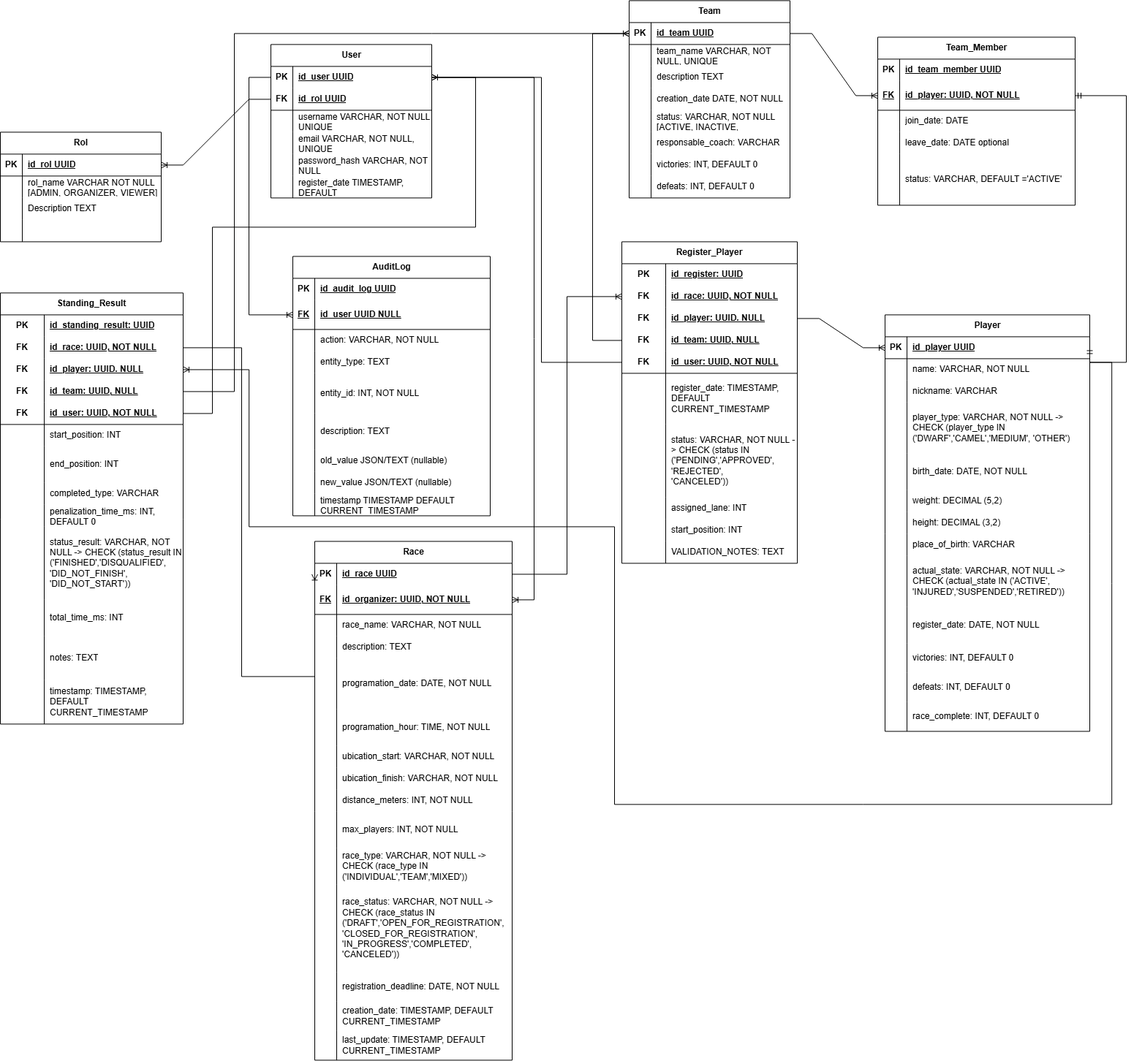
Above: DBi&I2026-Page-1.drawio.png in IsaksGir4/CamelsVsDwarfs (draw.io), before the change. Source tidied: cells renumbered, new cells last; positions are measured from the earlier drawing's top-left corner, leaving out a move shared by most shapes.
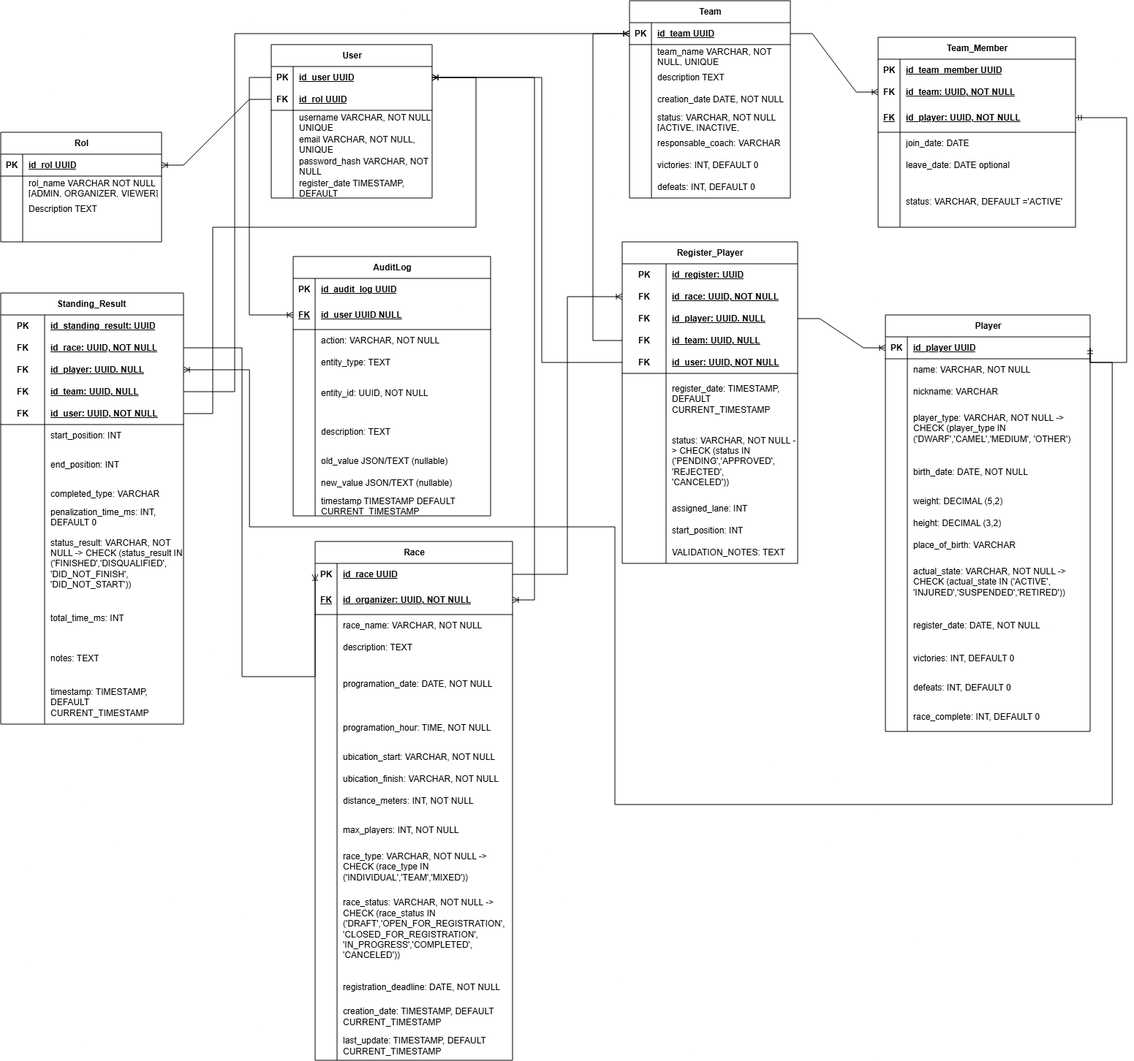
The same diagram one commit later.

Commit message:
FIX: Team_Member relationship FK

The edit, as a diff of the source:
```diff
@@ -770,7 +770,7 @@
     <mxCell id="245" style="shape=partialRectangle;fillColor=none;top=0;left=0;bottom=0;right=0;overflow=hidden;whiteSpace=wrap;html=1;" parent="244" vertex="1">
       <mxGeometry width="30" height="55" as="geometry" />
     </mxCell>
-    <mxCell id="246" value="entity_id: INT, NOT NULL" style="shape=partialRectangle;fillColor=none;top=0;left=0;bottom=0;right=0;align=left;spacingLeft=6;overflow=hidden;whiteSpace=wrap;html=1;" parent="244" vertex="1">
+    <mxCell id="246" value="entity_id: UUID, NOT NULL" style="shape=partialRectangle;fillColor=none;top=0;left=0;bottom=0;right=0;align=left;spacingLeft=6;overflow=hidden;whiteSpace=wrap;html=1;" parent="244" vertex="1">
       <mxGeometry x="30" width="240" height="55" as="geometry" />
     </mxCell>
     <mxCell id="247" style="shape=tableRow;horizontal=0;startSize=0;swimlaneHead=0;swimlaneBody=0;fillColor=none;top=0;left=0;right=0;bottom=0;" parent="231" vertex="1">
@@ -818,7 +818,7 @@
       </mxGeometry>
     </mxCell>
     <mxCell id="260" value="Team_Member" style="shape=table;startSize=30;rowLines=0;fontStyle=1;align=center;html=1;" parent="1" vertex="1">
-      <mxGeometry x="1200" y="50" width="270" height="230" as="geometry" />
+      <mxGeometry x="1200" y="50" width="270" height="260" as="geometry" />
     </mxCell>
     <mxCell id="261" style="shape=tableRow;horizontal=0;startSize=0;swimlaneHead=0;swimlaneBody=0;fillColor=none;top=0;left=0;right=0;bottom=0;" parent="260" vertex="1">
       <mxGeometry y="30" width="270" height="30" as="geometry" />
@@ -829,8 +829,17 @@
     <mxCell id="263" value="id_team_member UUID" style="shape=partialRectangle;fillColor=none;top=0;left=0;bottom=0;right=0;align=left;spacingLeft=6;fontStyle=5;overflow=hidden;whiteSpace=wrap;html=1;" parent="261" vertex="1">
       <mxGeometry x="30" width="240" height="30" as="geometry" />
     </mxCell>
+    <mxCell id="278" style="shape=tableRow;horizontal=0;startSize=0;swimlaneHead=0;swimlaneBody=0;fillColor=none;points=[[0,0.5],[1,0.5]];portConstraint=eastwest;top=0;left=0;right=0;bottom=0;" parent="260" vertex="1">
+      <mxGeometry y="60" width="270" height="30" as="geometry" />
+    </mxCell>
+    <mxCell id="279" value="FK" style="shape=partialRectangle;fillColor=none;top=0;left=0;bottom=0;right=0;fontStyle=1;overflow=hidden;whiteSpace=wrap;html=1;" parent="278" vertex="1">
+      <mxGeometry width="30" height="30" as="geometry" />
+    </mxCell>
+    <mxCell id="280" value="id_team: UUID, NOT NULL" style="shape=partialRectangle;fillColor=none;top=0;left=0;bottom=0;right=0;align=left;spacingLeft=6;fontStyle=5;overflow=hidden;whiteSpace=wrap;html=1;" parent="278" vertex="1">
+      <mxGeometry x="30" width="240" height="30" as="geometry" />
+    </mxCell>
     <mxCell id="264" style="shape=tableRow;horizontal=0;startSize=0;swimlaneHead=0;swimlaneBody=0;fillColor=none;points=[[0,0.5],[1,0.5]];portConstraint=eastwest;top=0;left=0;right=0;bottom=1;" parent="260" vertex="1">
-      <mxGeometry y="60" width="270" height="40" as="geometry" />
+      <mxGeometry y="90" width="270" height="40" as="geometry" />
     </mxCell>
     <mxCell id="265" value="&lt;b&gt;&lt;u&gt;FK&lt;/u&gt;&lt;/b&gt;" style="shape=partialRectangle;fillColor=none;top=0;left=0;bottom=0;right=0;overflow=hidden;whiteSpace=wrap;html=1;" parent="264" vertex="1">
       <mxGeometry width="30" height="40" as="geometry" />
@@ -839,7 +848,7 @@
       <mxGeometry x="30" width="240" height="40" as="geometry" />
     </mxCell>
     <mxCell id="267" style="shape=tableRow;horizontal=0;startSize=0;swimlaneHead=0;swimlaneBody=0;fillColor=none;top=0;left=0;right=0;bottom=0;" parent="260" vertex="1">
-      <mxGeometry y="100" width="270" height="30" as="geometry" />
+      <mxGeometry y="130" width="270" height="30" as="geometry" />
     </mxCell>
     <mxCell id="268" style="shape=partialRectangle;fillColor=none;top=0;left=0;bottom=0;right=0;overflow=hidden;whiteSpace=wrap;html=1;" parent="267" vertex="1">
       <mxGeometry width="30" height="30" as="geometry" />
@@ -848,7 +857,7 @@
       <mxGeometry x="30" width="240" height="30" as="geometry" />
     </mxCell>
     <mxCell id="270" style="shape=tableRow;horizontal=0;startSize=0;swimlaneHead=0;swimlaneBody=0;fillColor=none;top=0;left=0;right=0;bottom=0;" parent="260" vertex="1">
-      <mxGeometry y="130" width="270" height="30" as="geometry" />
+      <mxGeometry y="160" width="270" height="30" as="geometry" />
     </mxCell>
     <mxCell id="271" style="shape=partialRectangle;fillColor=none;top=0;left=0;bottom=0;right=0;overflow=hidden;whiteSpace=wrap;html=1;" parent="270" vertex="1">
       <mxGeometry width="30" height="30" as="geometry" />
@@ -857,7 +866,7 @@
       <mxGeometry x="30" width="240" height="30" as="geometry" />
     </mxCell>
     <mxCell id="273" style="shape=tableRow;horizontal=0;startSize=0;swimlaneHead=0;swimlaneBody=0;fillColor=none;top=0;left=0;right=0;bottom=0;" parent="260" vertex="1">
-      <mxGeometry y="160" width="270" height="70" as="geometry" />
+      <mxGeometry y="190" width="270" height="70" as="geometry" />
     </mxCell>
     <mxCell id="274" style="shape=partialRectangle;fillColor=none;top=0;left=0;bottom=0;right=0;overflow=hidden;whiteSpace=wrap;html=1;" parent="273" vertex="1">
       <mxGeometry width="30" height="70" as="geometry" />
@@ -865,16 +874,15 @@
     <mxCell id="275" value="status: VARCHAR, DEFAULT ='ACTIVE'" style="shape=partialRectangle;fillColor=none;top=0;left=0;bottom=0;right=0;align=left;spacingLeft=6;overflow=hidden;whiteSpace=wrap;html=1;" parent="273" vertex="1">
       <mxGeometry x="30" width="240" height="70" as="geometry" />
     </mxCell>
-    <mxCell id="276" style="edgeStyle=entityRelationEdgeStyle;fontSize=12;html=1;endArrow=ERoneToMany;rounded=0;exitX=1;exitY=0.5;exitDx=0;exitDy=0;entryX=0;entryY=0.5;entryDx=0;entryDy=0;" parent="1" edge="1" source="40">
-      <mxGeometry relative="1" as="geometry">
-        <mxPoint x="1200" y="130" as="targetPoint" />
-      </mxGeometry>
+    <mxCell id="276" style="edgeStyle=entityRelationEdgeStyle;fontSize=12;html=1;endArrow=ERoneToMany;rounded=0;exitX=1;exitY=0.5;exitDx=0;exitDy=0;" parent="1" edge="1" source="40" target="278">
+      <mxGeometry relative="1" as="geometry" />
     </mxCell>
     <mxCell id="277" style="edgeStyle=orthogonalEdgeStyle;fontSize=12;html=1;endArrow=ERmandOne;startArrow=ERmandOne;rounded=0;entryX=1;entryY=0.5;entryDx=0;entryDy=0;exitX=1;exitY=0.5;exitDx=0;exitDy=0;" parent="1" edge="1" source="65" target="264">
       <mxGeometry relative="1" as="geometry">
         <Array as="points">
+          <mxPoint x="1490" y="495" />
           <mxPoint x="1540" y="495" />
-          <mxPoint x="1540" y="130" />
+          <mxPoint x="1540" y="160.1" />
         </Array>
       </mxGeometry>
     </mxCell>
```
